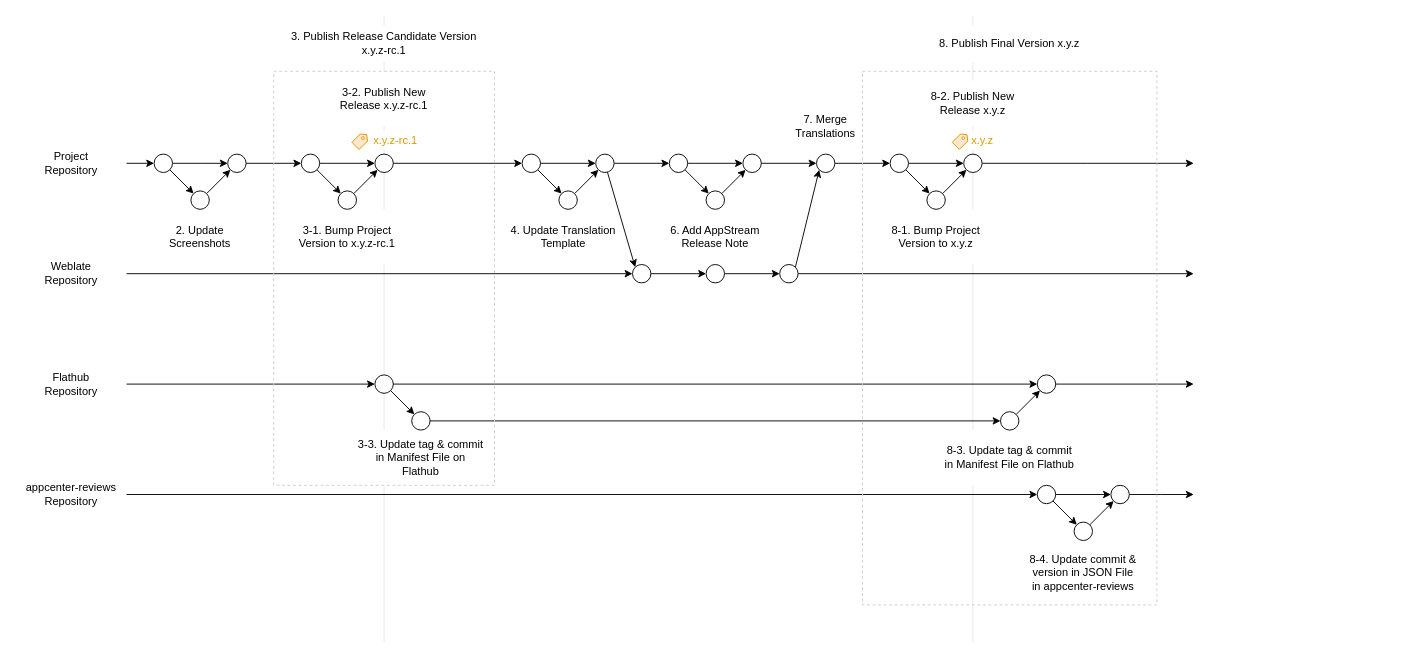
This is docs/images/release_flow.drawio from ryonakano/reco, a draw.io file, before an edit. Source tidied: cells renumbered, new cells numbered last; positions are measured from the earlier drawing's top-left corner, leaving out a move shared by most shapes. Both pictures are drawn from the tidied source at 92%, with x=0, y=0 at pixel (16, 16).
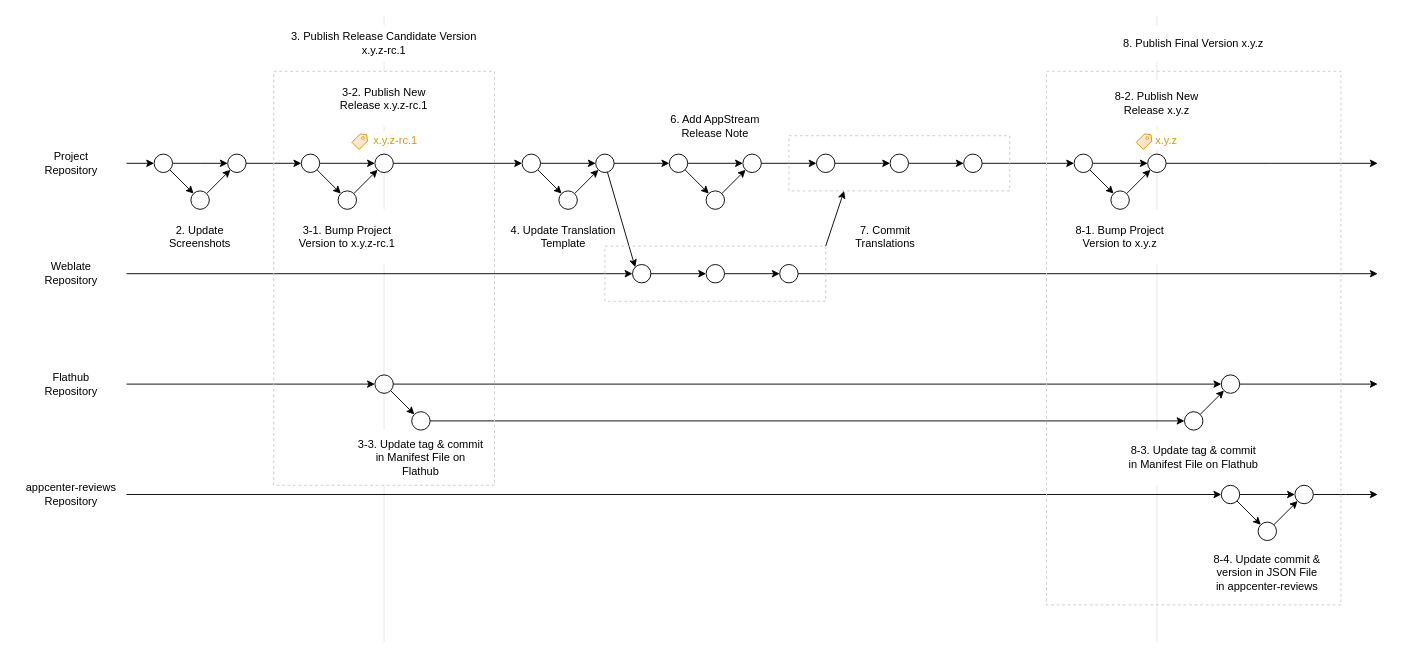
The same page after the edit.

Unchanged cells that the change refers to:
```xml
<mxCell id="47" style="ellipse;whiteSpace=wrap;html=1;" parent="1" vertex="1">
  <mxGeometry x="870" y="150" width="20" height="20" as="geometry" />
</mxCell>
<mxCell id="50" style="ellipse;whiteSpace=wrap;html=1;" parent="1" vertex="1">
  <mxGeometry x="830" y="270" width="20" height="20" as="geometry" />
</mxCell>
```

Diff of the diagram source:
```diff
@@
     <mxCell id="2" style="endArrow=none;html=1;strokeWidth=1;rounded=0;strokeColor=#E6E6E6;" parent="1" edge="1">
       <mxGeometry relative="1" as="geometry">
-        <mxPoint x="1040" y="680" as="sourcePoint" />
-        <mxPoint x="1040" as="targetPoint" />
+        <mxPoint x="1240" y="680" as="sourcePoint" />
+        <mxPoint x="1240" as="targetPoint" />
       </mxGeometry>
     </mxCell>
@@
     <mxCell id="4" value="&lt;div&gt;8-4. Update commit &amp;amp;&lt;/div&gt;&lt;div&gt;version in JSON File&lt;/div&gt;&lt;div&gt;in appcenter-reviews&lt;/div&gt;" style="text;html=1;whiteSpace=wrap;strokeColor=none;fillColor=#FFFFFF;align=center;verticalAlign=middle;rounded=0;" parent="1" vertex="1">
-      <mxGeometry x="1080" y="570" width="160" height="70" as="geometry" />
+      <mxGeometry x="1280" y="570" width="160" height="70" as="geometry" />
     </mxCell>
     <mxCell id="5" value="&lt;div&gt;8-3. Update tag &amp;amp; commit&lt;/div&gt;&lt;div&gt;in Manifest File on Flathub&lt;/div&gt;" style="text;html=1;whiteSpace=wrap;strokeColor=none;fillColor=#FFFFFF;align=center;verticalAlign=middle;rounded=0;" parent="1" vertex="1">
-      <mxGeometry x="990" y="450" width="180" height="60" as="geometry" />
+      <mxGeometry x="1190" y="450" width="180" height="60" as="geometry" />
     </mxCell>
     <mxCell id="6" value="&lt;div&gt;8-1. Bump Project Version to x.y.z&lt;/div&gt;" style="text;html=1;whiteSpace=wrap;strokeColor=none;fillColor=#FFFFFF;align=center;verticalAlign=middle;rounded=0;" parent="1" vertex="1">
-      <mxGeometry x="940" y="210" width="120" height="60" as="geometry" />
+      <mxGeometry x="1140" y="210" width="120" height="60" as="geometry" />
     </mxCell>
-    <mxCell id="7" value="&lt;div&gt;7. Merge Translations&lt;/div&gt;" style="text;html=1;whiteSpace=wrap;strokeColor=none;fillColor=#FFFFFF;align=center;verticalAlign=middle;rounded=0;" parent="1" vertex="1">
-      <mxGeometry x="835" y="90" width="90" height="60" as="geometry" />
+    <mxCell id="7" value="&lt;div&gt;7. Commit Translations&lt;/div&gt;" style="text;html=1;whiteSpace=wrap;strokeColor=none;fillColor=#FFFFFF;align=center;verticalAlign=middle;rounded=0;" parent="1" vertex="1">
+      <mxGeometry x="900" y="210" width="90" height="60" as="geometry" />
     </mxCell>
     <mxCell id="8" value="6. Add AppStream Release Note" style="text;html=1;whiteSpace=wrap;strokeColor=none;fillColor=#FFFFFF;align=center;verticalAlign=middle;rounded=0;" parent="1" vertex="1">
-      <mxGeometry x="690" y="210" width="140" height="60" as="geometry" />
+      <mxGeometry x="690" y="90" width="140" height="60" as="geometry" />
     </mxCell>
@@
-    <mxCell id="13" style="endArrow=classic;html=1;rounded=0;endFill=1;entryX=0;entryY=0.5;entryDx=0;entryDy=0;" parent="1" edge="1" source="47" target="56">
+    <mxCell id="13" style="endArrow=classic;html=1;rounded=0;endFill=1;entryX=0;entryY=0.5;entryDx=0;entryDy=0;exitX=1;exitY=0.5;exitDx=0;exitDy=0;" parent="1" edge="1" source="98" target="56">
       <mxGeometry relative="1" as="geometry" />
     </mxCell>
@@
-    <mxCell id="15" style="endArrow=classic;html=1;rounded=0;endFill=1;" parent="1" edge="1" source="50">
+    <mxCell id="15" style="endArrow=classic;html=1;rounded=0;endFill=1;exitX=1;exitY=0.5;exitDx=0;exitDy=0;" parent="1" edge="1" source="50">
       <mxGeometry relative="1" as="geometry">
-        <mxPoint x="1280" y="280" as="targetPoint" />
+        <mxPoint x="1480" y="280" as="targetPoint" />
       </mxGeometry>
     </mxCell>
@@
     <mxCell id="17" style="endArrow=classic;html=1;rounded=0;endFill=1;" parent="1" edge="1" source="74">
       <mxGeometry relative="1" as="geometry">
-        <mxPoint x="1280" y="400" as="targetPoint" />
+        <mxPoint x="1480" y="400" as="targetPoint" />
       </mxGeometry>
     </mxCell>
@@
     <mxCell id="20" style="endArrow=classic;html=1;rounded=0;endFill=1;" parent="1" edge="1" source="78">
       <mxGeometry relative="1" as="geometry">
-        <mxPoint x="1120" y="520" as="targetPoint" />
+        <mxPoint x="1320" y="520" as="targetPoint" />
       </mxGeometry>
     </mxCell>
@@
-    <mxCell id="49" style="rounded=0;jettySize=auto;html=1;entryX=0;entryY=1;entryDx=0;entryDy=0;exitX=1;exitY=0;exitDx=0;exitDy=0;" parent="1" edge="1" source="50" target="47">
-      <mxGeometry relative="1" as="geometry" />
-    </mxCell>
@@
     <mxCell id="56" style="ellipse;whiteSpace=wrap;html=1;" parent="1" vertex="1">
-      <mxGeometry x="950" y="150" width="20" height="20" as="geometry" />
+      <mxGeometry x="1150" y="150" width="20" height="20" as="geometry" />
     </mxCell>
     <mxCell id="57" style="ellipse;whiteSpace=wrap;html=1;" parent="1" vertex="1">
-      <mxGeometry x="990" y="190" width="20" height="20" as="geometry" />
+      <mxGeometry x="1190" y="190" width="20" height="20" as="geometry" />
     </mxCell>
@@
     <mxCell id="60" style="edgeStyle=orthogonalEdgeStyle;rounded=0;jettySize=auto;html=1;" parent="1" edge="1" source="61">
       <mxGeometry relative="1" as="geometry">
-        <mxPoint x="1280" y="160" as="targetPoint" />
+        <mxPoint x="1480" y="160" as="targetPoint" />
       </mxGeometry>
     </mxCell>
     <mxCell id="61" style="ellipse;whiteSpace=wrap;html=1;" parent="1" vertex="1">
-      <mxGeometry x="1030" y="150" width="20" height="20" as="geometry" />
+      <mxGeometry x="1230" y="150" width="20" height="20" as="geometry" />
     </mxCell>
     <mxCell id="62" value="&lt;span style=&quot;color: rgb(215, 155, 0);&quot;&gt;x.y.z&lt;/span&gt;" style="text;html=1;whiteSpace=wrap;strokeColor=none;fillColor=default;align=center;verticalAlign=middle;rounded=0;" parent="1" vertex="1">
-      <mxGeometry x="1037.5" y="125" width="25" height="20" as="geometry" />
+      <mxGeometry x="1237.5" y="125" width="25" height="20" as="geometry" />
     </mxCell>
     <mxCell id="63" style="group;" parent="1" vertex="1">
-      <mxGeometry x="1017.5" y="125" width="20" height="20" as="geometry" />
+      <mxGeometry x="1217.5" y="125" width="20" height="20" as="geometry" />
     </mxCell>
@@
     <mxCell id="72" style="ellipse;whiteSpace=wrap;html=1;" parent="1" vertex="1">
-      <mxGeometry x="1070" y="430" width="20" height="20" as="geometry" />
+      <mxGeometry x="1270" y="430" width="20" height="20" as="geometry" />
     </mxCell>
@@
     <mxCell id="74" style="ellipse;whiteSpace=wrap;html=1;" parent="1" vertex="1">
-      <mxGeometry x="1110" y="390" width="20" height="20" as="geometry" />
+      <mxGeometry x="1310" y="390" width="20" height="20" as="geometry" />
     </mxCell>
@@
     <mxCell id="76" style="edgeStyle=orthogonalEdgeStyle;rounded=0;jettySize=auto;html=1;" parent="1" edge="1" source="82">
       <mxGeometry relative="1" as="geometry">
-        <mxPoint x="1280" y="520" as="targetPoint" />
+        <mxPoint x="1480" y="520" as="targetPoint" />
       </mxGeometry>
     </mxCell>
@@
     <mxCell id="78" style="ellipse;whiteSpace=wrap;html=1;" parent="1" vertex="1">
-      <mxGeometry x="1110" y="510" width="20" height="20" as="geometry" />
+      <mxGeometry x="1310" y="510" width="20" height="20" as="geometry" />
     </mxCell>
@@
     <mxCell id="80" style="ellipse;whiteSpace=wrap;html=1;" parent="1" vertex="1">
-      <mxGeometry x="1150" y="550" width="20" height="20" as="geometry" />
+      <mxGeometry x="1350" y="550" width="20" height="20" as="geometry" />
     </mxCell>
@@
     <mxCell id="82" style="ellipse;whiteSpace=wrap;html=1;" parent="1" vertex="1">
-      <mxGeometry x="1190" y="510" width="20" height="20" as="geometry" />
+      <mxGeometry x="1390" y="510" width="20" height="20" as="geometry" />
     </mxCell>
@@
     <mxCell id="92" value="&lt;div&gt;8-2. Publish New Release x.y.z&lt;/div&gt;" style="text;html=1;whiteSpace=wrap;strokeColor=none;fillColor=#FFFFFF;align=center;verticalAlign=middle;rounded=0;" parent="1" vertex="1">
-      <mxGeometry x="970" y="70" width="140" height="50" as="geometry" />
+      <mxGeometry x="1170" y="70" width="140" height="50" as="geometry" />
     </mxCell>
@@
     <mxCell id="94" value="8. Publish Final Version x.y.z" style="text;html=1;whiteSpace=wrap;strokeColor=none;fillColor=#FFFFFF;align=center;verticalAlign=middle;rounded=0;" parent="1" vertex="1">
-      <mxGeometry x="970" y="10" width="220" height="40" as="geometry" />
+      <mxGeometry x="1170" y="10" width="220" height="40" as="geometry" />
     </mxCell>
@@
     <mxCell id="96" style="rounded=0;whiteSpace=wrap;html=1;fillColor=none;dashed=1;strokeColor=#CCCCCC;" parent="1" vertex="1">
-      <mxGeometry x="920" y="60" width="320" height="580" as="geometry" />
+      <mxGeometry x="1120" y="60" width="320" height="580" as="geometry" />
     </mxCell>
+    <mxCell id="97" style="endArrow=classic;html=1;rounded=0;endFill=1;" parent="1" edge="1" source="100" target="98">
+      <mxGeometry relative="1" as="geometry" />
+    </mxCell>
+    <mxCell id="98" style="ellipse;whiteSpace=wrap;html=1;" parent="1" vertex="1">
+      <mxGeometry x="1030" y="150" width="20" height="20" as="geometry" />
+    </mxCell>
+    <mxCell id="99" style="endArrow=classic;html=1;rounded=0;endFill=1;exitX=1;exitY=0.5;exitDx=0;exitDy=0;" parent="1" edge="1" target="100">
+      <mxGeometry relative="1" as="geometry">
+        <mxPoint x="890" y="160" as="sourcePoint" />
+      </mxGeometry>
+    </mxCell>
+    <mxCell id="100" style="ellipse;whiteSpace=wrap;html=1;" parent="1" vertex="1">
+      <mxGeometry x="950" y="150" width="20" height="20" as="geometry" />
+    </mxCell>
+    <mxCell id="101" style="rounded=0;whiteSpace=wrap;html=1;fillColor=none;dashed=1;strokeColor=#CCCCCC;" parent="1" vertex="1">
+      <mxGeometry x="840" y="130" width="240" height="60" as="geometry" />
+    </mxCell>
+    <mxCell id="102" style="rounded=0;jettySize=auto;html=1;entryX=0.25;entryY=1;entryDx=0;entryDy=0;exitX=1;exitY=0;exitDx=0;exitDy=0;" parent="1" edge="1" source="103" target="101">
+      <mxGeometry relative="1" as="geometry" />
+    </mxCell>
+    <mxCell id="103" style="rounded=0;whiteSpace=wrap;html=1;fillColor=none;dashed=1;strokeColor=#CCCCCC;" parent="1" vertex="1">
+      <mxGeometry x="640" y="250" width="240" height="60" as="geometry" />
+    </mxCell>
```
